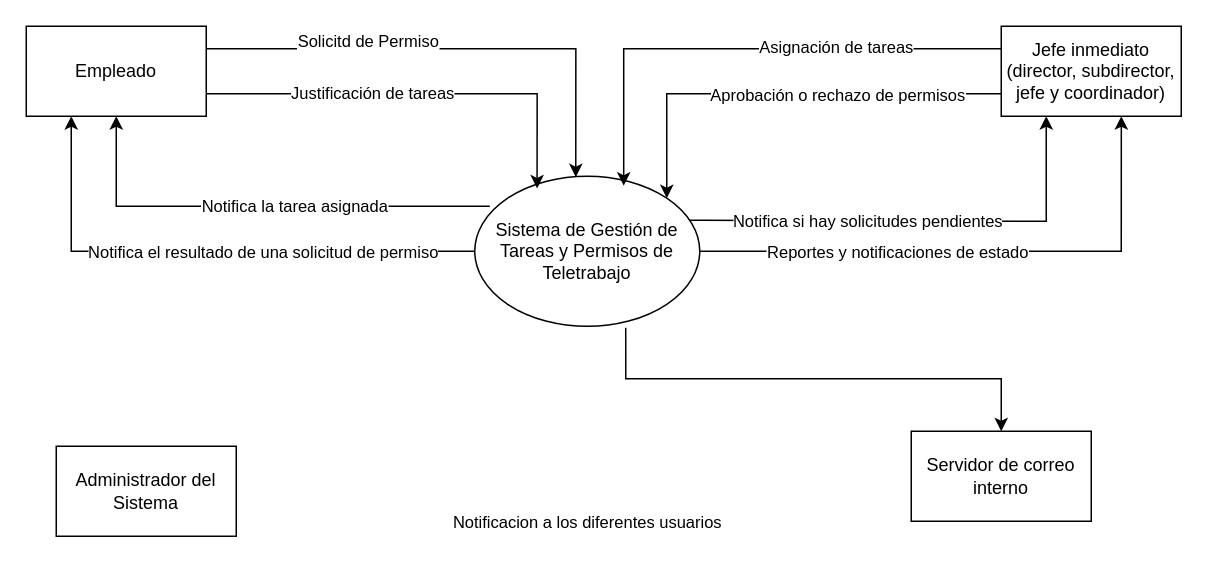
Before: Diagrama Cero.drawio in W1TCH3R94/notasCursos, a draw.io diagram. Source tidied: cells renumbered, new cells numbered last; positions are measured from the earlier drawing's top-left corner, leaving out a move shared by most shapes. Both pictures are drawn from the tidied source at 150%, with x=0, y=0 at pixel (26, 26).
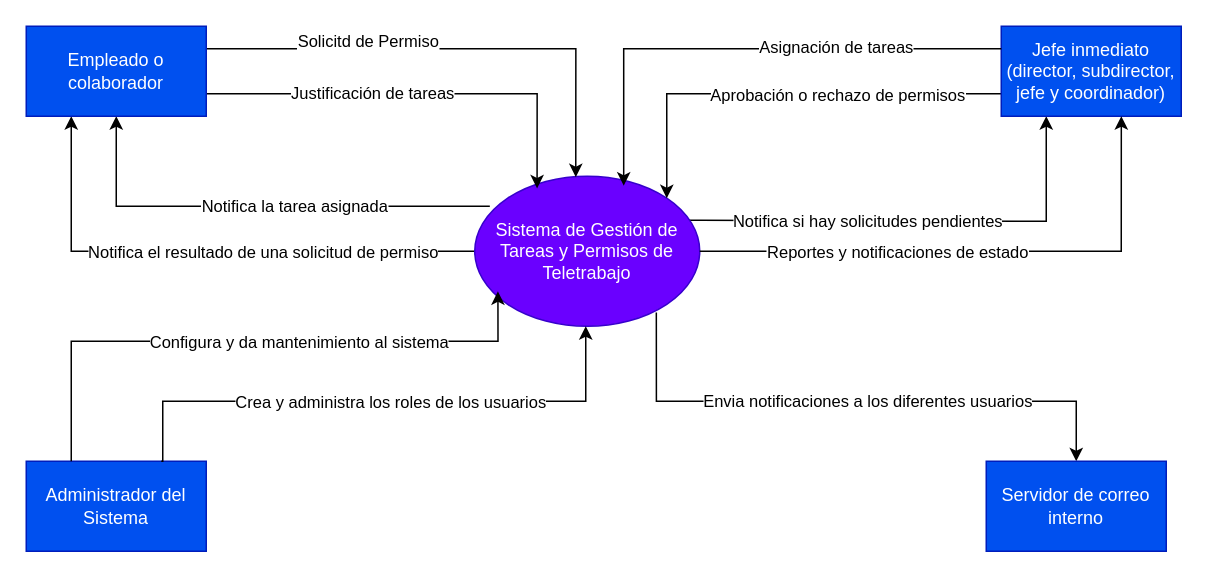
The same page after the edit.

Change to the diagram source:
```diff
@@
-    <mxCell id="2" style="edgeStyle=orthogonalEdgeStyle;rounded=0;jettySize=auto;html=1;exitX=0.671;exitY=1.01;exitDx=0;exitDy=0;entryX=0.5;entryY=0;entryDx=0;entryDy=0;exitPerimeter=0;" parent="1" edge="1" source="10" target="18">
-      <mxGeometry relative="1" as="geometry" />
+    <mxCell id="2" style="edgeStyle=orthogonalEdgeStyle;rounded=0;jettySize=auto;html=1;exitX=0.807;exitY=0.908;exitDx=0;exitDy=0;entryX=0.5;entryY=0;entryDx=0;entryDy=0;exitPerimeter=0;" parent="1" edge="1" source="10" target="18">
+      <mxGeometry relative="1" as="geometry">
+        <Array as="points">
+          <mxPoint x="420" y="250" />
+          <mxPoint x="700" y="250" />
+        </Array>
+      </mxGeometry>
     </mxCell>
-    <mxCell id="3" value="Notificacion a los diferentes usuarios" style="edgeLabel;html=1;align=center;verticalAlign=middle;" parent="2" vertex="1">
-      <mxGeometry x="-0.44" y="1" relative="1" as="geometry">
-        <mxPoint x="-81" y="96" as="offset" />
-      </mxGeometry>
-    </mxCell>
+    <mxCell id="23" value="Envia notificaciones a los diferentes usuarios" style="edgeLabel;html=1;align=center;verticalAlign=middle;" parent="2" vertex="1">
+      <mxGeometry x="-0.15" y="1" relative="1" as="geometry">
+        <mxPoint x="39" as="offset" />
+      </mxGeometry>
+    </mxCell>
@@
-    <mxCell id="10" value="Sistema de Gestión de Tareas y Permisos de Teletrabajo" style="ellipse;whiteSpace=wrap;html=1;" parent="1" vertex="1">
+    <mxCell id="10" value="Sistema de Gestión de Tareas y Permisos de Teletrabajo" style="ellipse;whiteSpace=wrap;html=1;fillColor=#6a00ff;fontColor=#ffffff;strokeColor=#3700CC;" parent="1" vertex="1">
       <mxGeometry x="299" y="100" width="150" height="100" as="geometry" />
     </mxCell>
@@
-    <mxCell id="13" value="Empleado" style="rounded=0;whiteSpace=wrap;html=1;" parent="1" vertex="1">
+    <mxCell id="13" value="Empleado o colaborador" style="rounded=0;whiteSpace=wrap;html=1;fillColor=#0050ef;fontColor=#ffffff;strokeColor=#001DBC;" parent="1" vertex="1">
       <mxGeometry width="120" height="60" as="geometry" />
     </mxCell>
@@
-    <mxCell id="16" value="Jefe inmediato (director, subdirector, jefe y coordinador)" style="rounded=0;whiteSpace=wrap;html=1;" parent="1" vertex="1">
+    <mxCell id="16" value="Jefe inmediato (director, subdirector, jefe y coordinador)" style="rounded=0;whiteSpace=wrap;html=1;fillColor=#0050ef;fontColor=#ffffff;strokeColor=#001DBC;" parent="1" vertex="1">
       <mxGeometry x="650" width="120" height="60" as="geometry" />
     </mxCell>
-    <mxCell id="17" value="Administrador del Sistema" style="rounded=0;whiteSpace=wrap;html=1;" parent="1" vertex="1">
-      <mxGeometry x="20" y="280" width="120" height="60" as="geometry" />
+    <mxCell id="17" value="Administrador del Sistema" style="rounded=0;whiteSpace=wrap;html=1;fillColor=#0050ef;fontColor=#ffffff;strokeColor=#001DBC;" parent="1" vertex="1">
+      <mxGeometry y="290" width="120" height="60" as="geometry" />
     </mxCell>
-    <mxCell id="18" value="Servidor de correo interno" style="rounded=0;whiteSpace=wrap;html=1;" parent="1" vertex="1">
-      <mxGeometry x="590" y="270" width="120" height="60" as="geometry" />
+    <mxCell id="18" value="Servidor de correo interno" style="rounded=0;whiteSpace=wrap;html=1;fillColor=#0050ef;fontColor=#ffffff;strokeColor=#001DBC;" parent="1" vertex="1">
+      <mxGeometry x="640" y="290" width="120" height="60" as="geometry" />
     </mxCell>
@@
+    <mxCell id="24" style="edgeStyle=orthogonalEdgeStyle;rounded=0;jettySize=auto;html=1;entryX=0.287;entryY=0.946;entryDx=0;entryDy=0;entryPerimeter=0;exitX=0.75;exitY=0;exitDx=0;exitDy=0;" parent="1" edge="1" source="17">
+      <mxGeometry relative="1" as="geometry">
+        <mxPoint x="373" y="200" as="targetPoint" />
+        <Array as="points">
+          <mxPoint x="91" y="290" />
+          <mxPoint x="91" y="250" />
+          <mxPoint x="373" y="250" />
+        </Array>
+      </mxGeometry>
+    </mxCell>
+    <mxCell id="25" value="Crea y administra los roles de los usuarios" style="edgeLabel;html=1;align=center;verticalAlign=middle;" parent="24" vertex="1">
+      <mxGeometry x="-0.18" relative="1" as="geometry">
+        <mxPoint x="39" as="offset" />
+      </mxGeometry>
+    </mxCell>
+    <mxCell id="26" style="edgeStyle=orthogonalEdgeStyle;rounded=0;jettySize=auto;html=1;exitX=0.25;exitY=0;exitDx=0;exitDy=0;entryX=0.103;entryY=0.767;entryDx=0;entryDy=0;entryPerimeter=0;" parent="1" edge="1" source="17" target="10">
+      <mxGeometry relative="1" as="geometry">
+        <Array as="points">
+          <mxPoint x="30" y="210" />
+          <mxPoint x="314" y="210" />
+        </Array>
+      </mxGeometry>
+    </mxCell>
+    <mxCell id="27" value="Configura y da mantenimiento al sistema" style="edgeLabel;html=1;align=center;verticalAlign=middle;" parent="26" vertex="1">
+      <mxGeometry x="-0.12" y="-2" relative="1" as="geometry">
+        <mxPoint x="56" y="-2" as="offset" />
+      </mxGeometry>
+    </mxCell>
```
